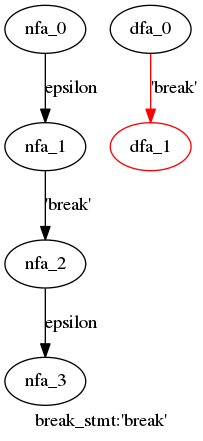
This is cpython/grammar/handwrite/nfa_dfas/23.break_stmt.dot.png from WinChua/blog, a Graphviz export, as it was before one commit. Its source is kept beside it as cpython/grammar/handwrite/nfa_dfas/23.break_stmt.dot. Its diagram source:
```dot
digraph break_stmt {
 graph[label="break_stmt:'break'"]
 subgraph break_stmt_nfa {
  nfa_0->nfa_1[label="epsilon"]
  nfa_1->nfa_2[label="'break'"]
  nfa_2->nfa_3[label="epsilon"]
  }
 subgraph break_stmt_dfa {
  dfa_0->dfa_1[label="'break'",color=red]
  dfa_1[color=red]
  }
}
```
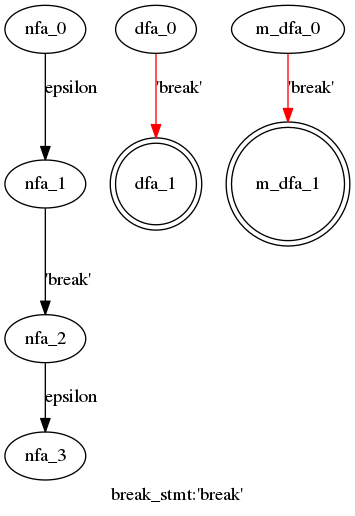
The same diagram one commit later.

Diff of the diagram source:
```diff
@@ -7,6 +7,10 @@
   }
  subgraph break_stmt_dfa {
   dfa_0->dfa_1[label="'break'",color=red]
-  dfa_1[color=red]
+  dfa_1[shape=doublecircle]
+  }
+ subgraph break_stmt_m_dfa {
+  m_dfa_0->m_dfa_1[label="'break'",color=red]
+  m_dfa_1[shape=doublecircle]
   }
 }
```
